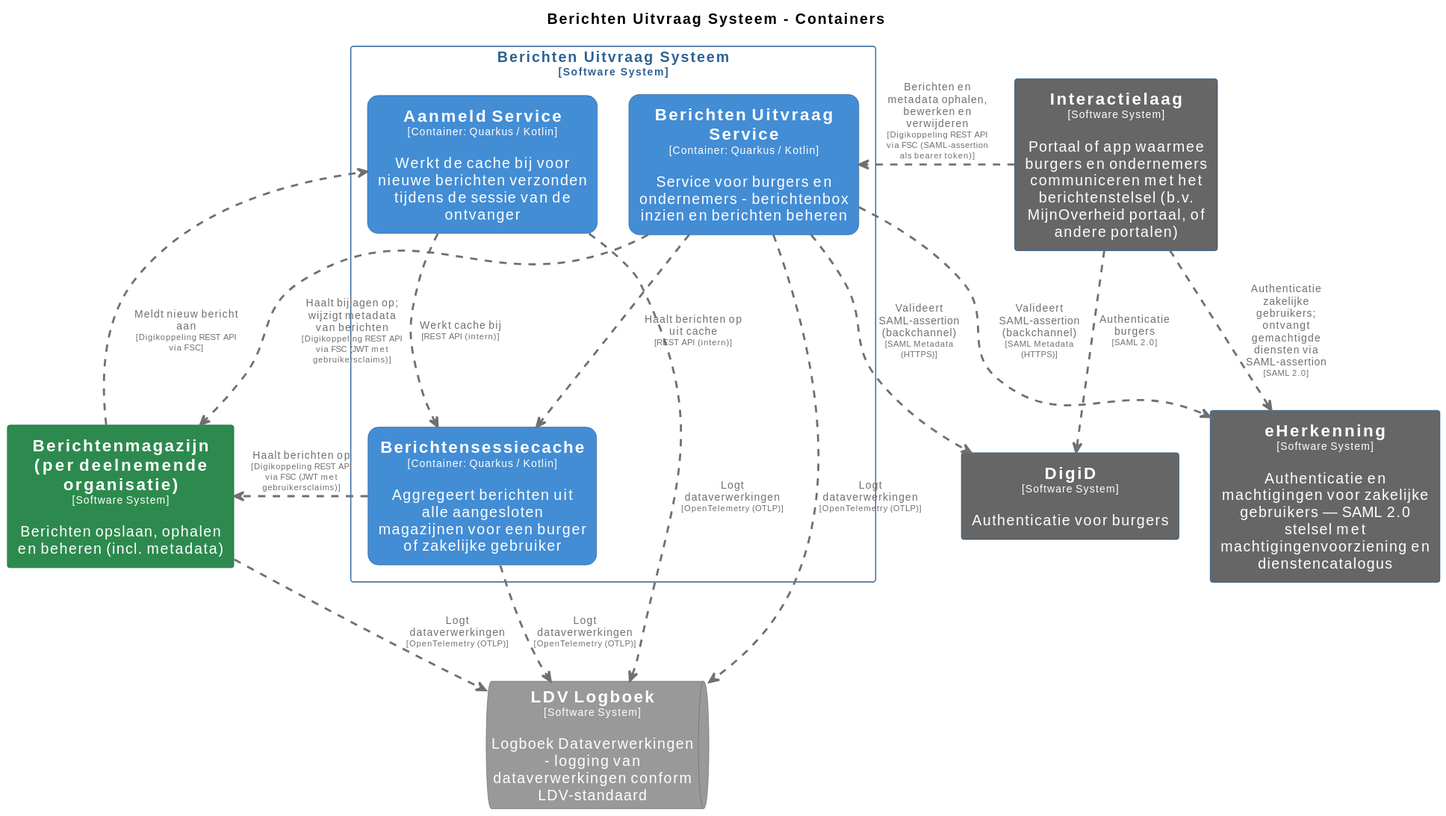
This is pr-preview/pr-22/master/svg/BerichtenUitvraagSysteemContainers.svg from MinBZK/moza-poc-fbs-berichtenbox, a PlantUML export, as it was before one commit. Its source is kept beside it as pr-preview/pr-22/master/puml/BerichtenUitvraagSysteemContainers.puml.
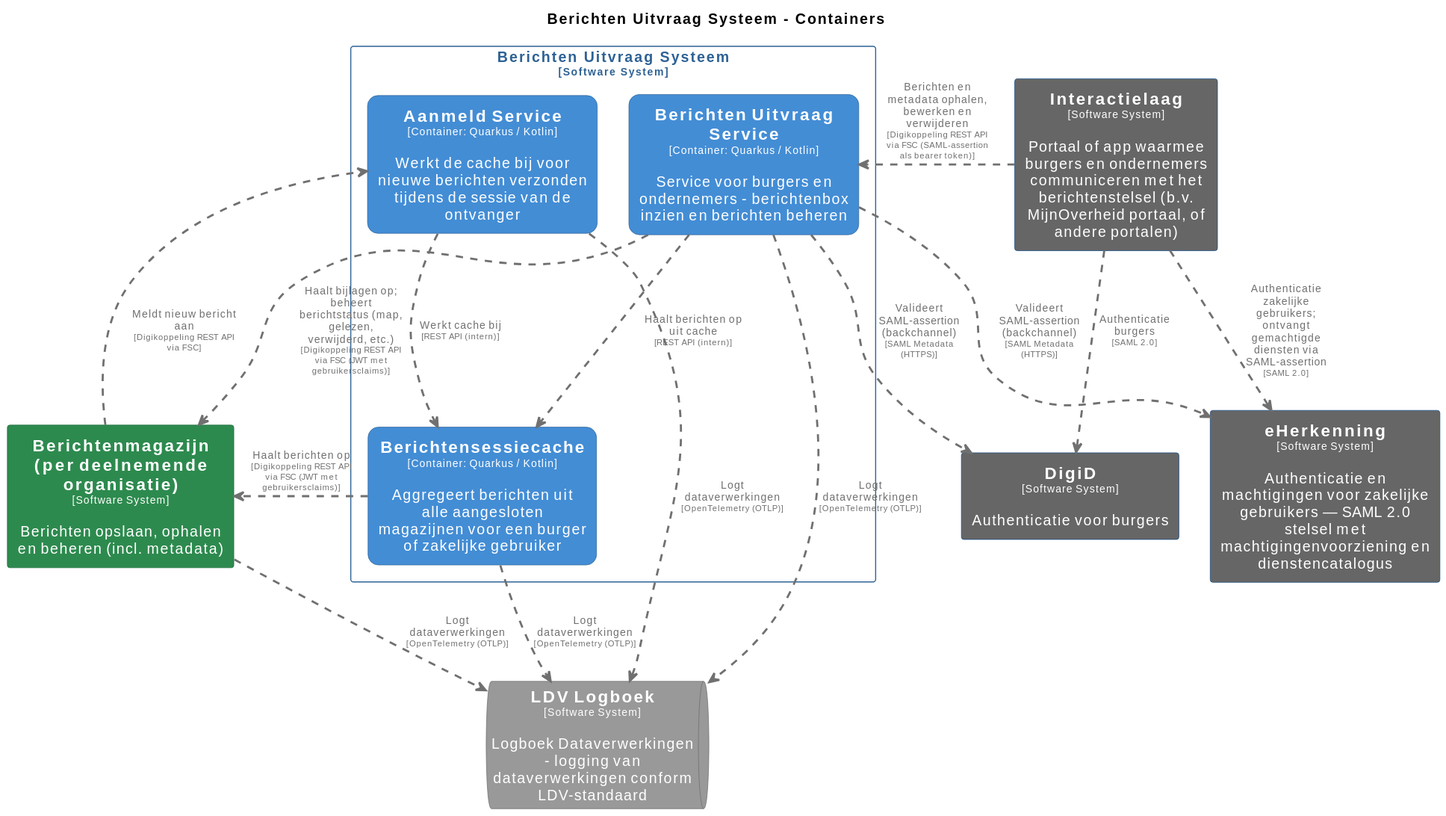
Above is the later version.

Diff of the diagram source:
```diff
@@ -96,6 +96,6 @@
 Interactielaag .[#707070,thickness=2].> eHerkenning : "<color:#707070>Authenticatie zakelijke gebruikers; ontvangt gemachtigde diensten via SAML-assertion\n<color:#707070><size:8>[SAML 2.0]</size>"
 BerichtenUitvraagSysteem.BerichtenUitvraagService .[#707070,thickness=2].> eHerkenning : "<color:#707070>Valideert SAML-assertion (backchannel)\n<color:#707070><size:8>[SAML Metadata (HTTPS)]</size>"
 BerichtenUitvraagSysteem.BerichtenUitvraagService .[#707070,thickness=2].> DigiD : "<color:#707070>Valideert SAML-assertion (backchannel)\n<color:#707070><size:8>[SAML Metadata (HTTPS)]</size>"
-BerichtenUitvraagSysteem.BerichtenUitvraagService .[#707070,thickness=2].> Berichtenmagazijnperdeelnemendeorganisatie : "<color:#707070>Haalt bijlagen op; wijzigt metadata van berichten\n<color:#707070><size:8>[Digikoppeling REST API via FSC (JWT met gebruikersclaims)]</size>"
+BerichtenUitvraagSysteem.BerichtenUitvraagService .[#707070,thickness=2].> Berichtenmagazijnperdeelnemendeorganisatie : "<color:#707070>Haalt bijlagen op; beheert berichtstatus (map, gelezen, verwijderd, etc.)\n<color:#707070><size:8>[Digikoppeling REST API via FSC (JWT met gebruikersclaims)]</size>"
 Berichtenmagazijnperdeelnemendeorganisatie .[#707070,thickness=2].> BerichtenUitvraagSysteem.AanmeldService : "<color:#707070>Meldt nieuw bericht aan\n<color:#707070><size:8>[Digikoppeling REST API via FSC]</size>"
 @enduml
```
